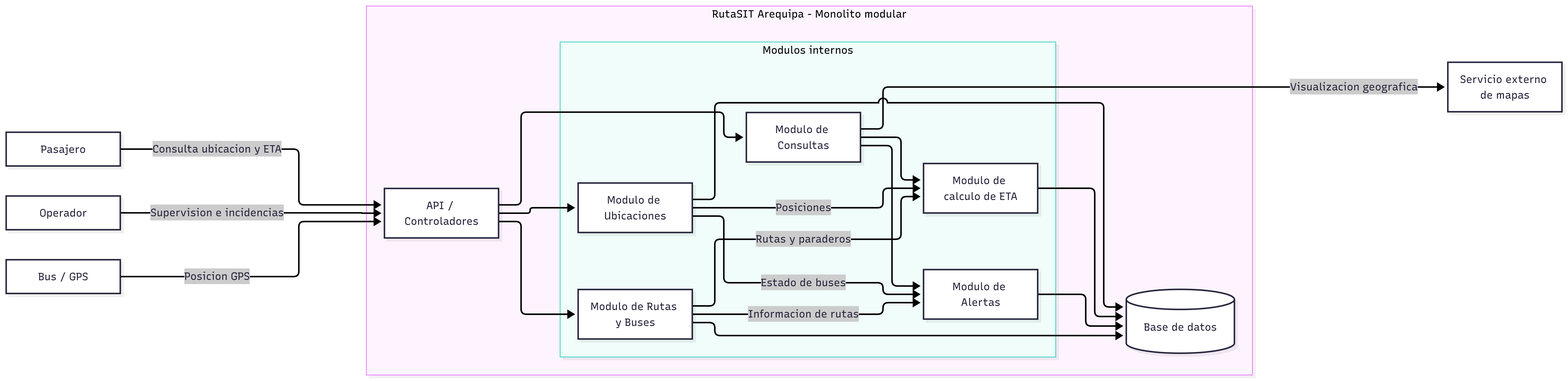
Earlier version of the Mermaid export docs/architecture/diagramas/img/arquitectura.png (mathiasddf/cs-2026b-lab04-grupo06). Its source is kept beside it as docs/architecture/diagramas/arquitectura.mmd.
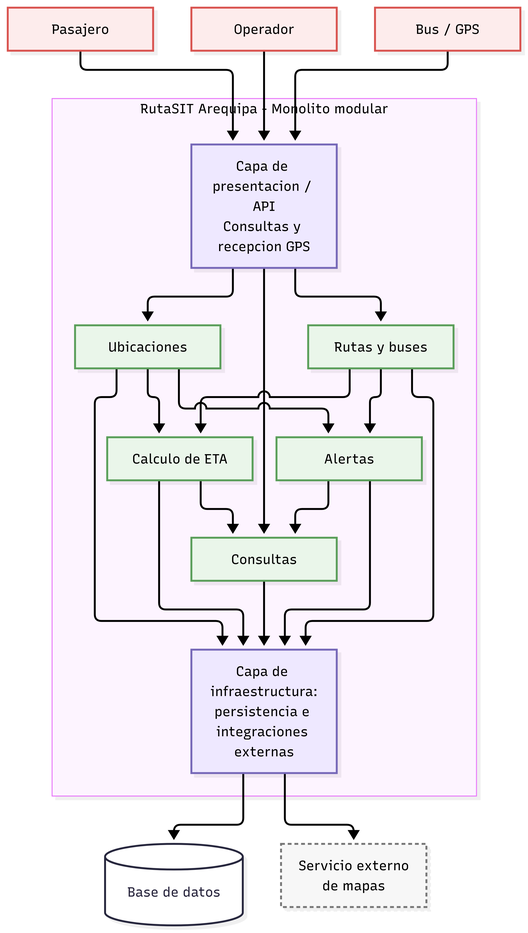
The same file after the commit.

Commit message:
E3: mejorar organizacion visual del diagrama

What changed in the source:
```diff
@@ -1,46 +1,57 @@
-flowchart LR
+flowchart TB
 
-    Pasajero["Pasajero"]
-    Operador["Operador"]
-    GPS["Bus / GPS"]
+    P["Pasajero"]
+    O["Operador"]
+    G["Bus / GPS"]
 
-    subgraph RutaSIT["RutaSIT Arequipa - Monolito modular"]
+    subgraph APP["RutaSIT Arequipa - Monolito modular "]
 
-        API["API / Controladores"]
+        API["Capa de presentacion / API<br/>Consultas y recepcion GPS"]
 
-        subgraph Modulos["Modulos internos"]
-            Ubicaciones["Modulo de Ubicaciones"]
-            Rutas["Modulo de Rutas y Buses"]
-            ETA["Modulo de calculo de ETA"]
-            Alertas["Modulo de Alertas"]
-            Consultas["Modulo de Consultas"]
-        end
+        U["Ubicaciones"]
+        R["Rutas y buses"]
+        E["Calculo de ETA"]
+        A["Alertas"]
+        C["Consultas"]
 
-        BD[("Base de datos")]
+        INF["Capa de infraestructura:<br/>persistencia e integraciones externas"]
+
+        API --> U
+        API --> R
+        API --> C
+
+        U --> E
+        R --> E
+
+        U --> A
+        R --> A
+
+        E --> C
+        A --> C
+
+        U --> INF
+        R --> INF
+        E --> INF
+        A --> INF
+        C --> INF
     end
 
-    Mapas["Servicio externo de mapas"]
+    DB[("Base de datos")]
+    MAP["Servicio externo<br/>de mapas"]
 
-    Pasajero -->|"Consulta ubicacion y ETA"| API
-    Operador -->|"Supervision e incidencias"| API
-    GPS -->|"Posicion GPS"| API
+    P --> API
+    O --> API
+    G --> API
 
-    API --> Consultas
-    API --> Ubicaciones
-    API --> Rutas
+    INF --> DB
+    INF --> MAP
 
-    Ubicaciones -->|"Posiciones"| ETA
-    Rutas -->|"Rutas y paraderos"| ETA
+    classDef actor fill:#FDECEC,stroke:#D9534F,color:#000;
+    classDef module fill:#EAF6EA,stroke:#5A9E5A,color:#000;
+    classDef layer fill:#EEE8FF,stroke:#7667B8,color:#000;
+    classDef external fill:#F7F7F7,stroke:#777,color:#000,stroke-dasharray:4 3;
 
-    Ubicaciones -->|"Estado de buses"| Alertas
-    Rutas -->|"Informacion de rutas"| Alertas
-
-    Consultas --> ETA
-    Consultas --> Alertas
-
-    Ubicaciones --> BD
-    Rutas --> BD
-    ETA --> BD
-    Alertas --> BD
-
-    Consultas -->|"Visualizacion geografica"| Mapas
+    class P,O,G actor;
+    class U,R,E,A,C module;
+    class API,INF layer;
+    class MAP external;
```
